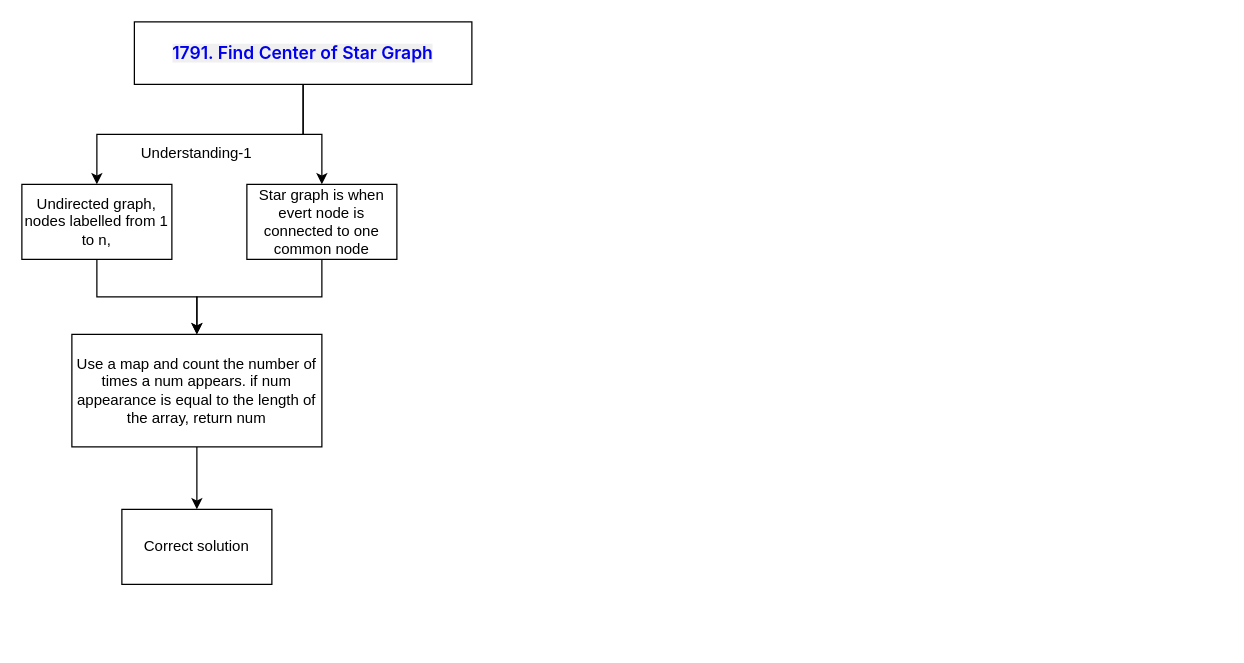
This is DailyLeetcodeProblems.drawio from KaidenCoder/DrawIORepo, a draw.io file, before an edit. Source tidied: cells renumbered, new cells numbered last; positions are measured from the earlier drawing's top-left corner, leaving out a move shared by most shapes. Both pictures are drawn from the tidied source at 125%, with x=0, y=0 at pixel (21, 21).
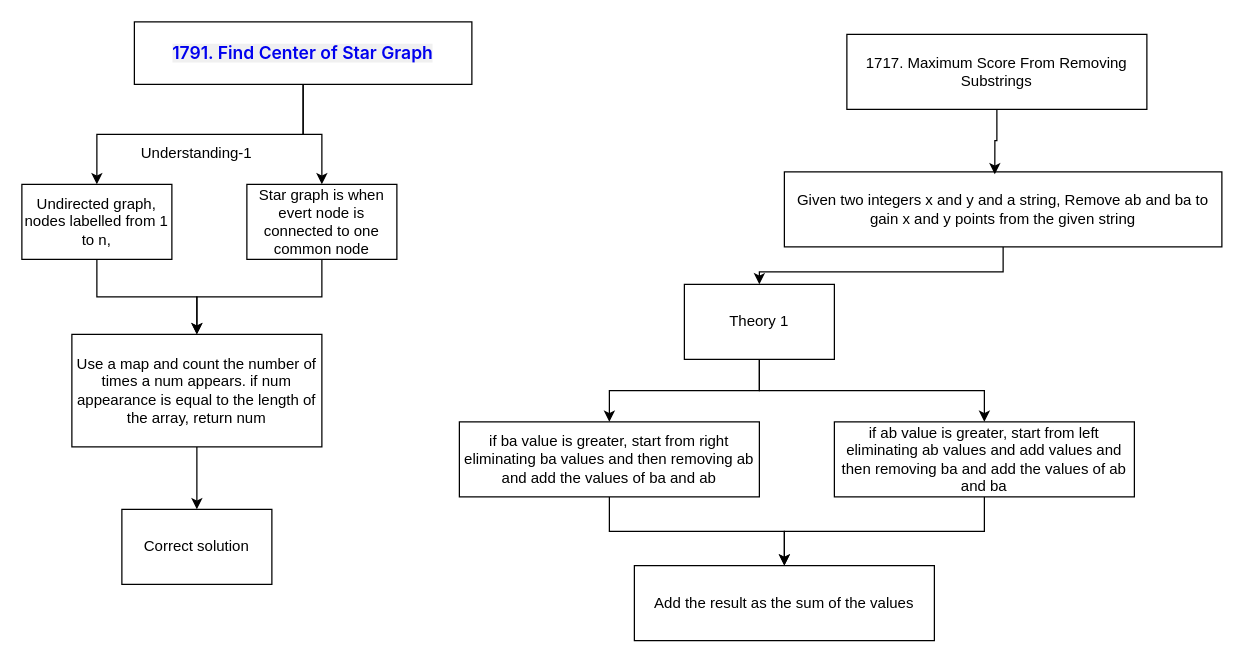
The same diagram, later.

Diff of the diagram source:
```diff
@@
+    <mxCell id="13" value="1717. Maximum Score From Removing Substrings" style="rounded=0;whiteSpace=wrap;html=1;" parent="1" vertex="1">
+      <mxGeometry x="660" y="10" width="240" height="60" as="geometry" />
+    </mxCell>
+    <mxCell id="14" style="edgeStyle=orthogonalEdgeStyle;rounded=0;jettySize=auto;html=1;entryX=0.5;entryY=0;entryDx=0;entryDy=0;" parent="1" edge="1" source="15" target="22">
+      <mxGeometry relative="1" as="geometry" />
+    </mxCell>
+    <mxCell id="15" value="Given two integers x and y and a string, Remove ab and ba to gain x and y points from the given string" style="rounded=0;whiteSpace=wrap;html=1;" parent="1" vertex="1">
+      <mxGeometry x="610" y="120" width="350" height="60" as="geometry" />
+    </mxCell>
+    <mxCell id="16" style="edgeStyle=orthogonalEdgeStyle;rounded=0;jettySize=auto;html=1;" parent="1" edge="1" source="17" target="23">
+      <mxGeometry relative="1" as="geometry" />
+    </mxCell>
+    <mxCell id="17" value="if ba value is greater, start from right eliminating ba values and then removing ab and add the values of ba and ab" style="rounded=0;whiteSpace=wrap;html=1;" parent="1" vertex="1">
+      <mxGeometry x="350" y="320" width="240" height="60" as="geometry" />
+    </mxCell>
+    <mxCell id="18" style="edgeStyle=orthogonalEdgeStyle;rounded=0;jettySize=auto;html=1;" parent="1" edge="1" source="19" target="23">
+      <mxGeometry relative="1" as="geometry" />
+    </mxCell>
+    <mxCell id="19" value="if ab value is greater, start from left eliminating ab values and add values and then removing ba and add the values of ab and ba" style="rounded=0;whiteSpace=wrap;html=1;" parent="1" vertex="1">
+      <mxGeometry x="650" y="320" width="240" height="60" as="geometry" />
+    </mxCell>
+    <mxCell id="20" style="edgeStyle=orthogonalEdgeStyle;rounded=0;jettySize=auto;html=1;" parent="1" edge="1" source="22" target="17">
+      <mxGeometry relative="1" as="geometry" />
+    </mxCell>
+    <mxCell id="21" style="edgeStyle=orthogonalEdgeStyle;rounded=0;jettySize=auto;html=1;" parent="1" edge="1" source="22" target="19">
+      <mxGeometry relative="1" as="geometry" />
+    </mxCell>
+    <mxCell id="22" value="Theory 1" style="rounded=0;whiteSpace=wrap;html=1;" parent="1" vertex="1">
+      <mxGeometry x="530" y="210" width="120" height="60" as="geometry" />
+    </mxCell>
+    <mxCell id="23" value="Add the result as the sum of the values" style="rounded=0;whiteSpace=wrap;html=1;" parent="1" vertex="1">
+      <mxGeometry x="490" y="435" width="240" height="60" as="geometry" />
+    </mxCell>
+    <mxCell id="24" style="edgeStyle=orthogonalEdgeStyle;rounded=0;jettySize=auto;html=1;entryX=0.481;entryY=0.033;entryDx=0;entryDy=0;entryPerimeter=0;" parent="1" edge="1" source="13" target="15">
+      <mxGeometry relative="1" as="geometry" />
+    </mxCell>
```
